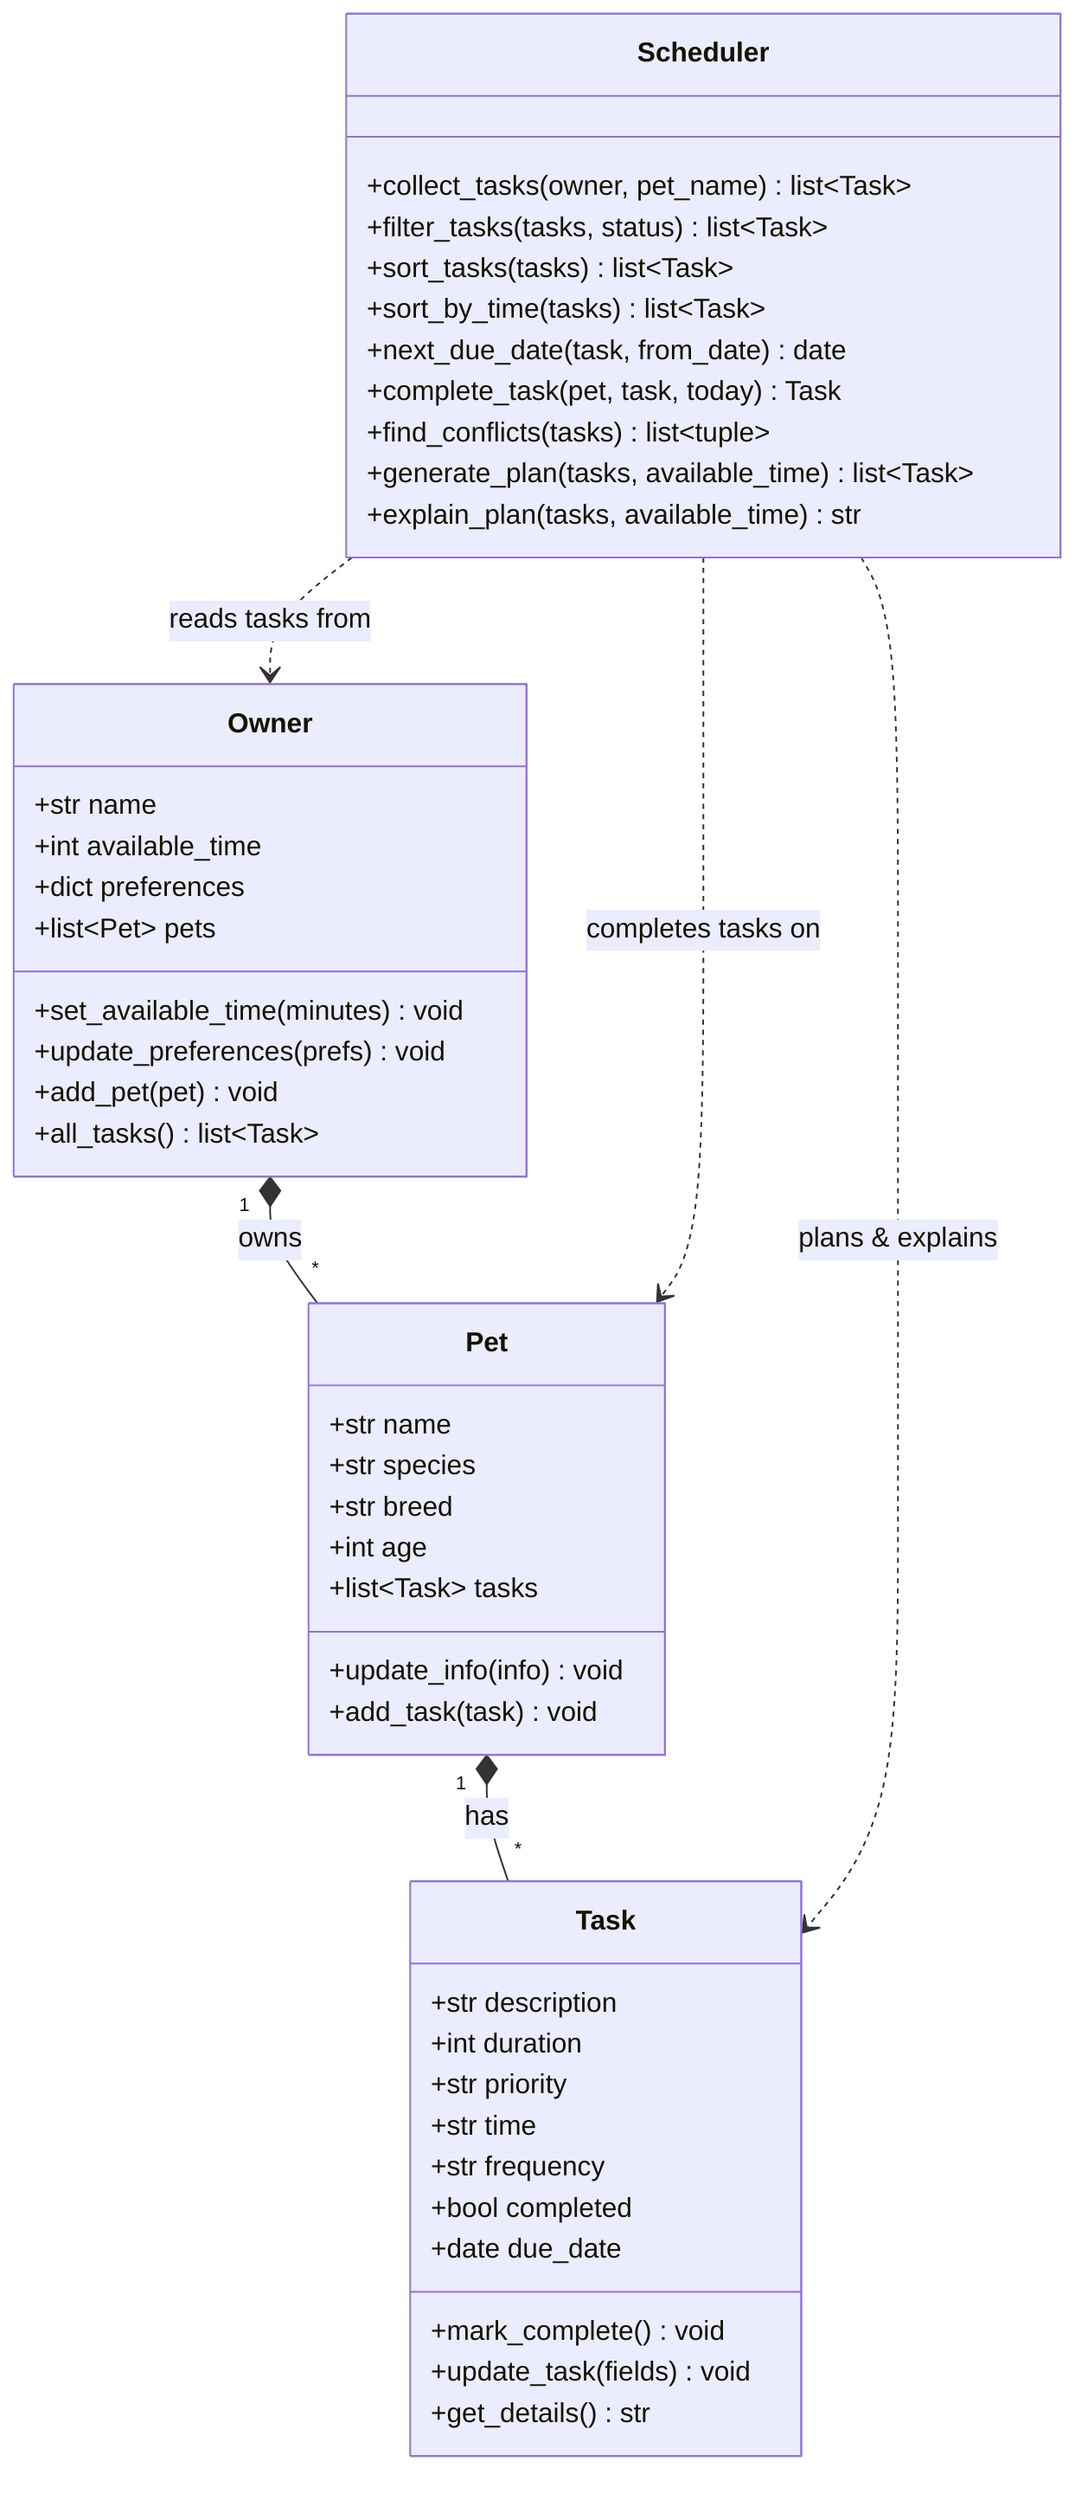
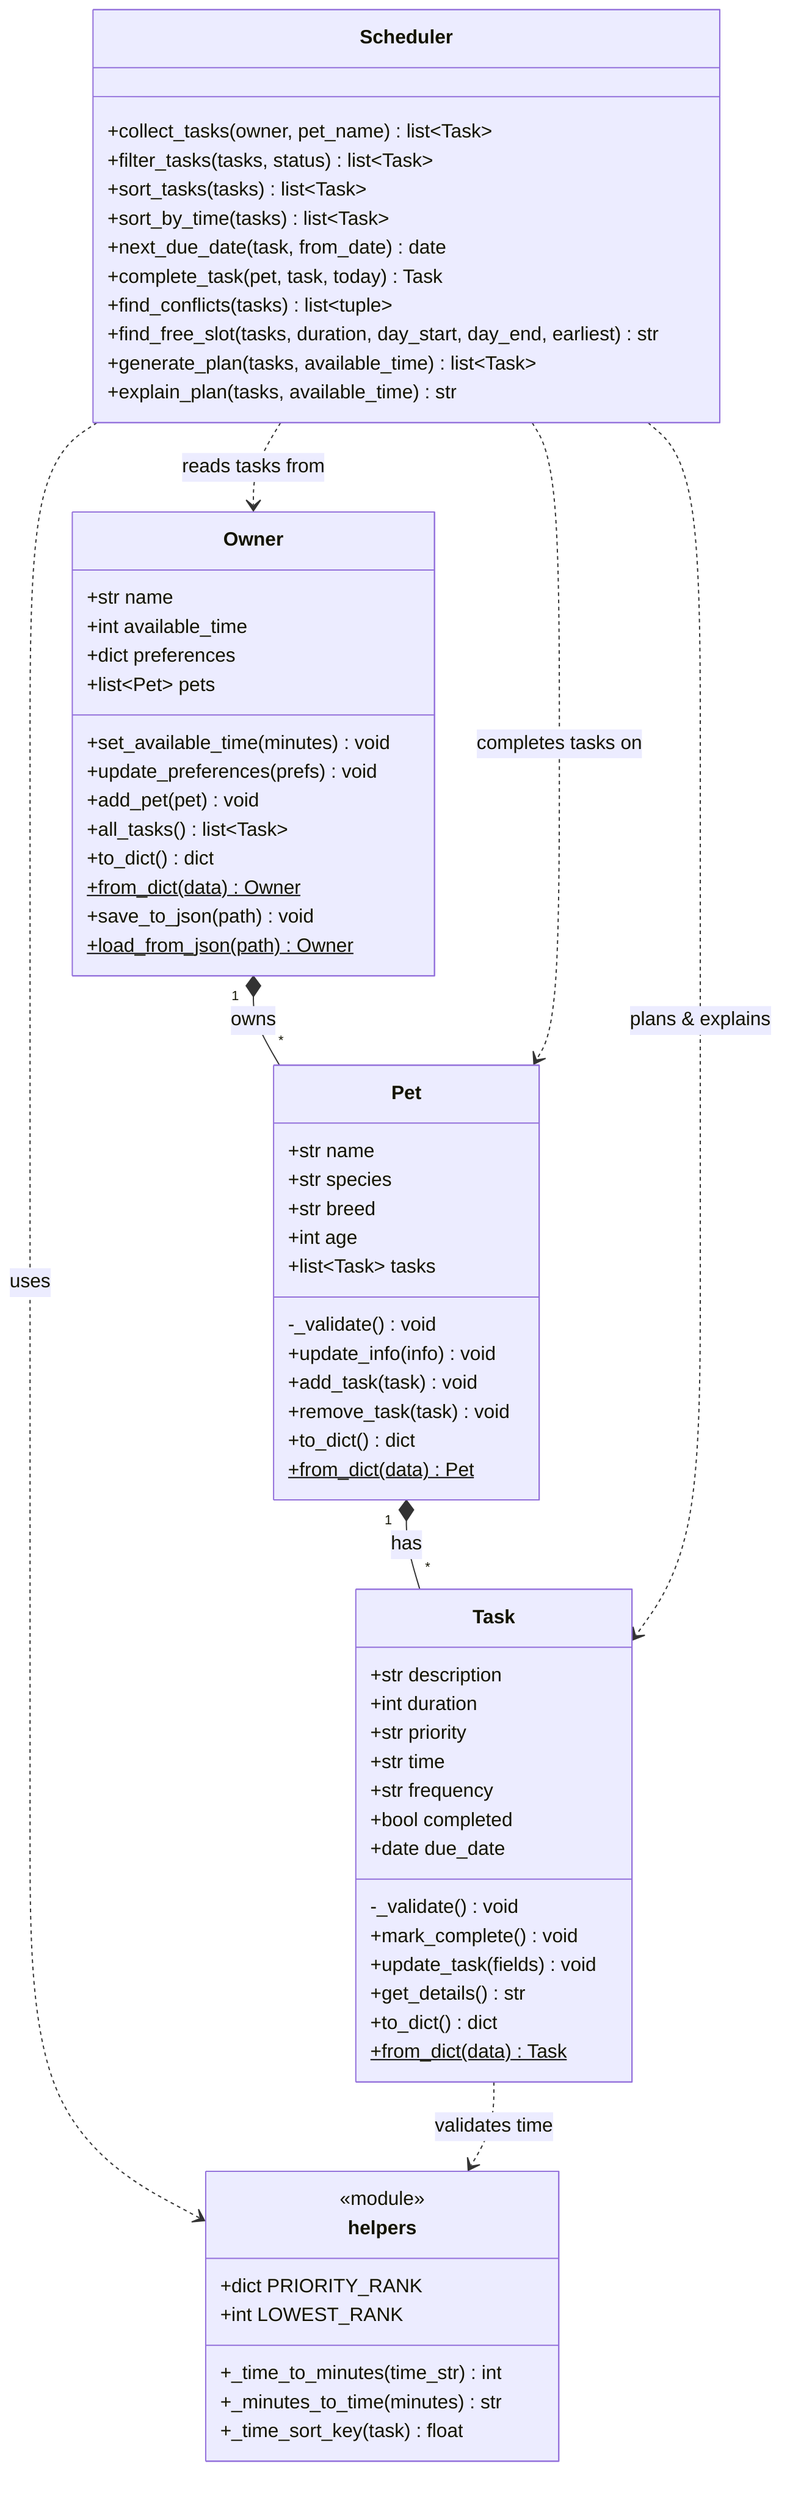
classDiagram
    %% PawPal+ final class diagram — matches the implementation in pawpal_system.py.
    %% A pet owner's tasks (attached per Pet) are planned/explained by a stateless Scheduler.
+     %% Owner is the aggregate root: it (with its pets and tasks) serializes to/from JSON.

    class Owner {
        +str name
        +int available_time
        +dict preferences
        +list~Pet~ pets
        +set_available_time(minutes) void
        +update_preferences(prefs) void
        +add_pet(pet) void
        +all_tasks() list~Task~
+         +to_dict() dict
+         +from_dict(data)$ Owner
+         +save_to_json(path) void
+         +load_from_json(path)$ Owner
    }

    class Pet {
        +str name
        +str species
        +str breed
        +int age
        +list~Task~ tasks
+         -_validate() void
        +update_info(info) void
        +add_task(task) void
+         +remove_task(task) void
+         +to_dict() dict
+         +from_dict(data)$ Pet
    }

    class Task {
        +str description
        +int duration
        +str priority
        +str time
        +str frequency
        +bool completed
        +date due_date
+         -_validate() void
        +mark_complete() void
        +update_task(fields) void
        +get_details() str
+         +to_dict() dict
+         +from_dict(data)$ Task
    }

    class Scheduler {
        +collect_tasks(owner, pet_name) list~Task~
        +filter_tasks(tasks, status) list~Task~
        +sort_tasks(tasks) list~Task~
        +sort_by_time(tasks) list~Task~
        +next_due_date(task, from_date) date
        +complete_task(pet, task, today) Task
        +find_conflicts(tasks) list~tuple~
+         +find_free_slot(tasks, duration, day_start, day_end, earliest) str
        +generate_plan(tasks, available_time) list~Task~
        +explain_plan(tasks, available_time) str
+     }
+ 
+     %% Module-level helpers (pawpal_system.py) supporting time math and sorting.
+     class helpers {
+         <<module>>
+         +dict PRIORITY_RANK
+         +int LOWEST_RANK
+         +_time_to_minutes(time_str) int
+         +_minutes_to_time(minutes) str
+         +_time_sort_key(task) float
    }

    Owner "1" *-- "*" Pet : owns
    Pet "1" *-- "*" Task : has
    Scheduler ..> Owner : reads tasks from
    Scheduler ..> Pet : completes tasks on
    Scheduler ..> Task : plans & explains
+     Scheduler ..> helpers : uses
+     Task ..> helpers : validates time
